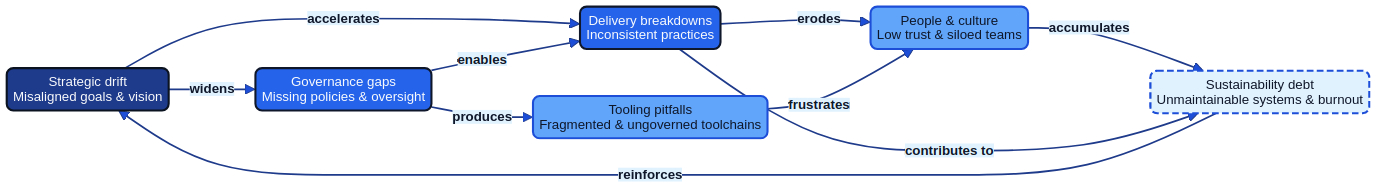
Above: docs/images/diagram_26_anti_patterns.png in Geonitab/architecture_as_code (Mermaid), before the change. Its source is kept beside it as docs/images/diagram_26_anti_patterns.mmd. Its diagram source:
```mermaid
graph LR
    Strategy["Strategic drift\nMisaligned goals & vision"]:::kv-primary -->|widens| Governance["Governance gaps\nMissing policies & oversight"]:::kv-accent
    Strategy -->|accelerates| Delivery["Delivery breakdowns\nInconsistent practices"]:::kv-accent
    Governance -->|enables| Delivery
    Governance -->|produces| Tooling["Tooling pitfalls\nFragmented & ungoverned toolchains"]:::kv-highlight
    Delivery -->|erodes| Culture["People & culture\nLow trust & siloed teams"]:::kv-highlight
    Tooling -->|frustrates| Culture
    Culture -->|accumulates| Sustainability["Sustainability debt\nUnmaintainable systems & burnout"]:::kv-muted
    Delivery -->|contributes to| Sustainability
    Sustainability -->|reinforces| Strategy
```
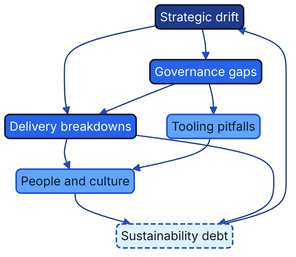
After the commit.

Change to the diagram source:
```diff
@@ -1,10 +1,10 @@
-graph LR
-    Strategy["Strategic drift\nMisaligned goals & vision"]:::kv-primary -->|widens| Governance["Governance gaps\nMissing policies & oversight"]:::kv-accent
-    Strategy -->|accelerates| Delivery["Delivery breakdowns\nInconsistent practices"]:::kv-accent
-    Governance -->|enables| Delivery
-    Governance -->|produces| Tooling["Tooling pitfalls\nFragmented & ungoverned toolchains"]:::kv-highlight
-    Delivery -->|erodes| Culture["People & culture\nLow trust & siloed teams"]:::kv-highlight
-    Tooling -->|frustrates| Culture
-    Culture -->|accumulates| Sustainability["Sustainability debt\nUnmaintainable systems & burnout"]:::kv-muted
-    Delivery -->|contributes to| Sustainability
-    Sustainability -->|reinforces| Strategy
+graph TB
+    Strategy[Strategic drift]:::kv-primary --> Governance[Governance gaps]:::kv-accent
+    Strategy --> Delivery[Delivery breakdowns]:::kv-accent
+    Governance --> Delivery
+    Governance --> Tooling[Tooling pitfalls]:::kv-highlight
+    Delivery --> Culture[People and culture]:::kv-highlight
+    Tooling --> Culture
+    Culture --> Sustainability[Sustainability debt]:::kv-muted
+    Delivery --> Sustainability
+    Sustainability --> Strategy
```
